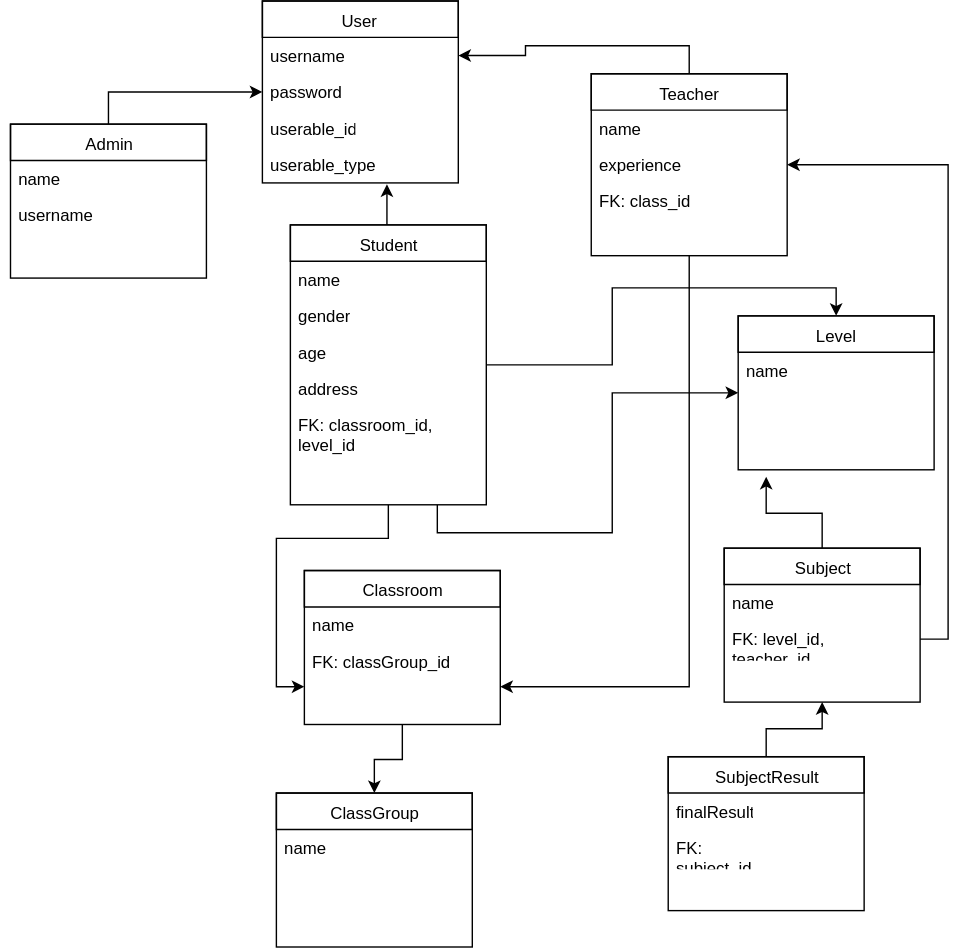
The draw.io diagram BASIC LARAVEL 5.4 CMS/Student Management.svg in OthmaneBlial/Basic_Laravel5.4_CMS, before a commit. Source tidied: cells renumbered, new cells last; positions are measured from the earlier drawing's top-left corner, leaving out a move shared by most shapes.
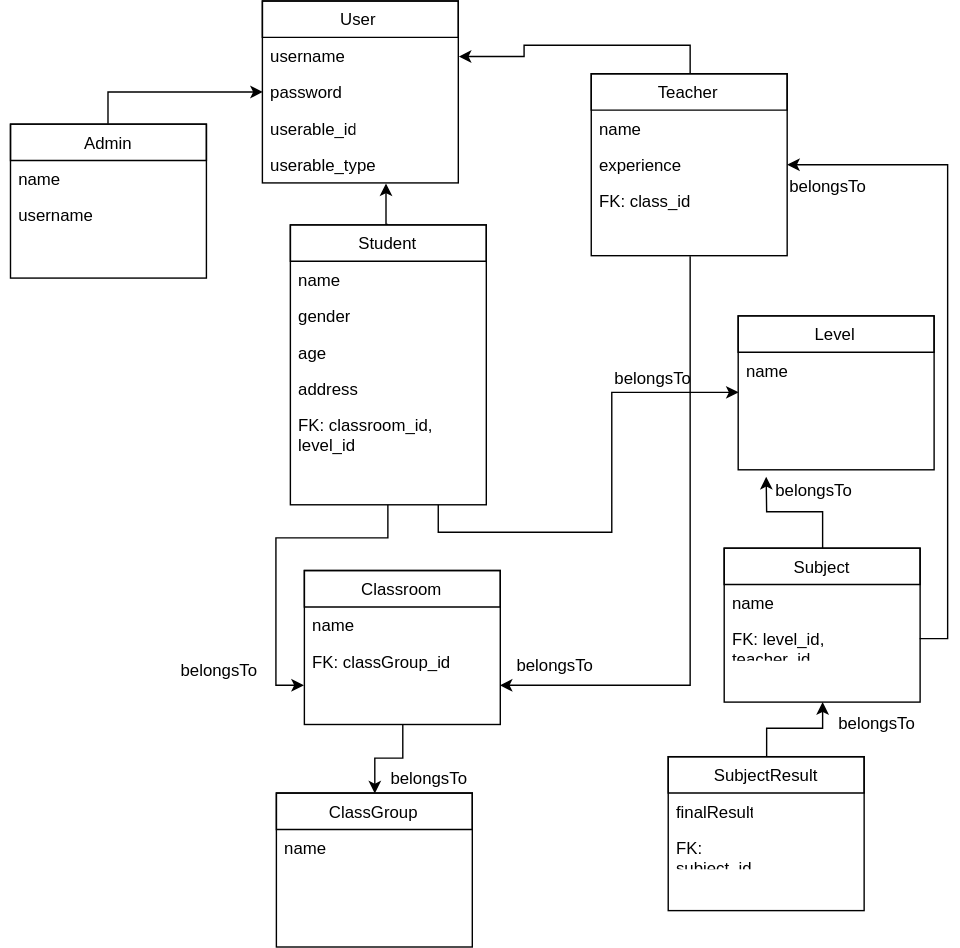
The same file after the commit.

The edit, as a diff of the source:
```diff
@@ -35,9 +35,6 @@
     <mxCell id="12" style="edgeStyle=orthogonalEdgeStyle;rounded=0;html=1;entryX=0;entryY=0.75;jettySize=auto;" parent="1" edge="1" source="15" target="28">
       <mxGeometry relative="1" as="geometry" />
     </mxCell>
-    <mxCell id="13" style="edgeStyle=orthogonalEdgeStyle;rounded=0;html=1;entryX=0.5;entryY=0;jettySize=auto;" parent="1" edge="1" source="15" target="33">
-      <mxGeometry relative="1" as="geometry" />
-    </mxCell>
     <mxCell id="14" style="edgeStyle=orthogonalEdgeStyle;rounded=0;html=1;exitX=0.75;exitY=1;entryX=0;entryY=0.5;jettySize=auto;" parent="1" edge="1" source="15" target="33">
       <mxGeometry relative="1" as="geometry" />
     </mxCell>
@@ -133,5 +130,26 @@
     <mxCell id="44" style="edgeStyle=orthogonalEdgeStyle;rounded=0;html=1;exitX=1;exitY=0.5;entryX=1;entryY=0.5;jettySize=auto;" parent="1" edge="1" source="38" target="25">
       <mxGeometry relative="1" as="geometry" />
     </mxCell>
+    <mxCell id="45" value="belongsTo" style="text;html=1;align=left;verticalAlign=top;spacingTop=-4;" parent="1" vertex="1">
+      <mxGeometry x="270" y="546" width="70" height="20" as="geometry" />
+    </mxCell>
+    <mxCell id="46" value="belongsTo" style="text;html=1;align=left;verticalAlign=top;spacingTop=-4;" parent="1" vertex="1">
+      <mxGeometry x="590" y="507" width="70" height="20" as="geometry" />
+    </mxCell>
+    <mxCell id="47" value="belongsTo" style="text;html=1;align=left;verticalAlign=top;spacingTop=-4;" parent="1" vertex="1">
+      <mxGeometry x="545" y="340" width="70" height="20" as="geometry" />
+    </mxCell>
+    <mxCell id="48" value="belongsTo" style="text;html=1;align=left;verticalAlign=top;spacingTop=-4;" parent="1" vertex="1">
+      <mxGeometry x="430" y="260" width="70" height="20" as="geometry" />
+    </mxCell>
+    <mxCell id="49" value="belongsTo" style="text;html=1;align=left;verticalAlign=top;spacingTop=-4;" parent="1" vertex="1">
+      <mxGeometry x="555" y="123" width="70" height="20" as="geometry" />
+    </mxCell>
+    <mxCell id="50" value="belongsTo" style="text;html=1;align=left;verticalAlign=top;spacingTop=-4;" parent="1" vertex="1">
+      <mxGeometry x="120" y="469" width="70" height="20" as="geometry" />
+    </mxCell>
+    <mxCell id="51" value="belongsTo" style="text;html=1;align=left;verticalAlign=top;spacingTop=-4;" parent="1" vertex="1">
+      <mxGeometry x="360" y="465" width="70" height="20" as="geometry" />
+    </mxCell>
   </root>
 </mxGraphModel>
```
